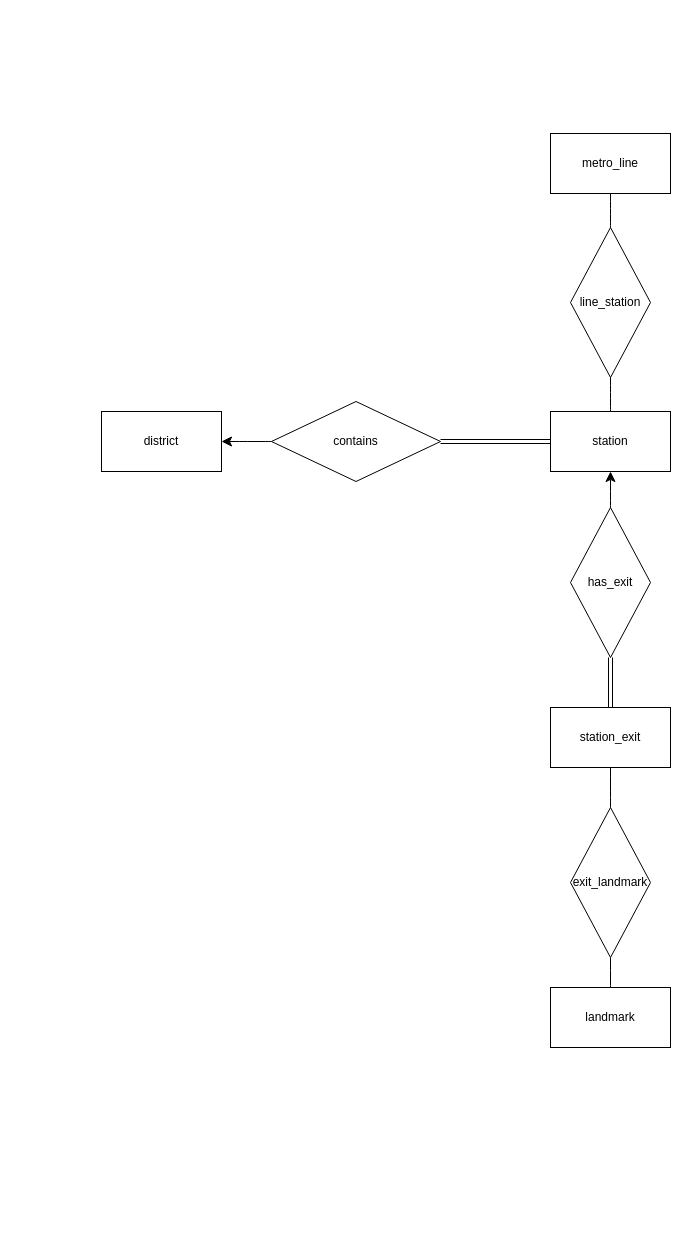
The draw.io diagram Task1/source/Metro_ER_Diagram.drawio in Hohenzollernguo/DB_project_Repo, before the edit. Source tidied: cells renumbered, new cells numbered last; positions are measured from the earlier drawing's top-left corner, leaving out a move shared by most shapes. Both pictures are drawn from the tidied source at 100%, with x=0, y=0 at pixel (101, 133).
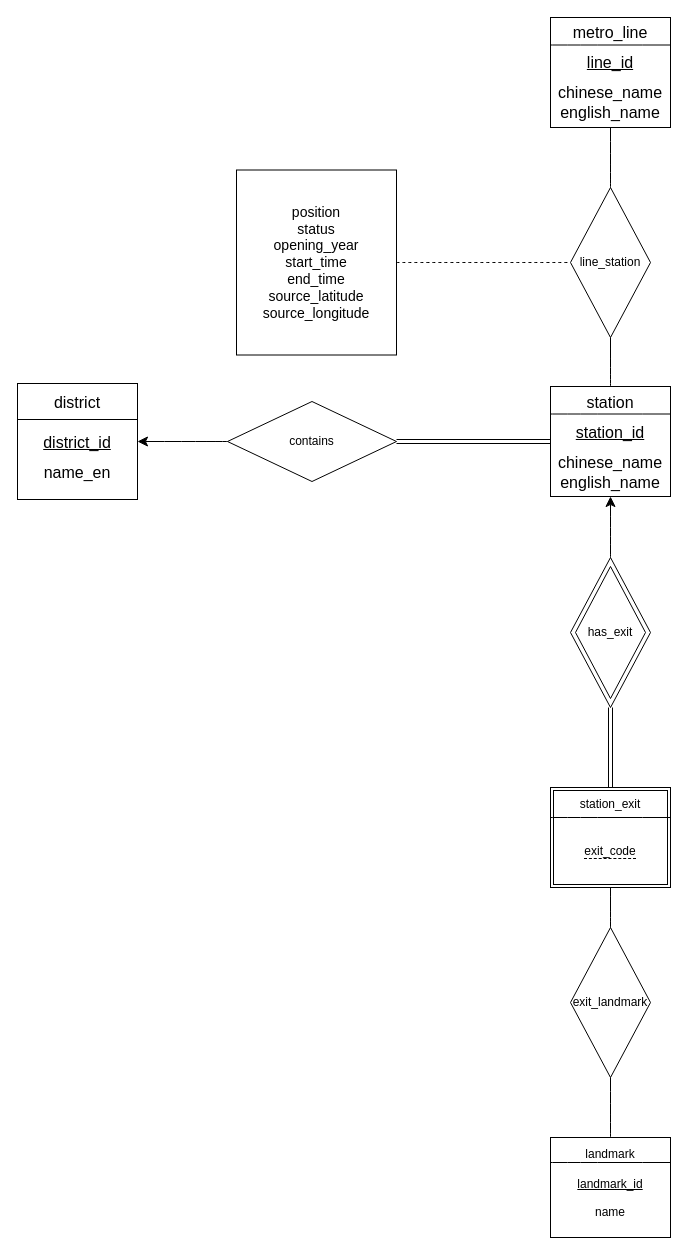
After the change.

What changed in the source:
```diff
@@
-    <mxCell id="2" value="district" style="rounded=0;whiteSpace=wrap;html=1;" parent="1" vertex="1">
-      <mxGeometry y="278" width="120" height="60" as="geometry" />
+    <mxCell id="2" style="shape=internalStorage;whiteSpace=wrap;html=1;backgroundOutline=1;rounded=0;dx=0;dy=36;" parent="1" vertex="1">
+      <mxGeometry x="-84" y="250" width="120" height="116" as="geometry" />
     </mxCell>
-    <mxCell id="3" value="station_exit" style="rounded=0;whiteSpace=wrap;html=1;" parent="1" vertex="1">
-      <mxGeometry x="449" y="574" width="120" height="60" as="geometry" />
+    <mxCell id="3" style="rounded=0;whiteSpace=wrap;html=1;fontStyle=4;" parent="1" vertex="1">
+      <mxGeometry x="449" y="654" width="120" height="100" as="geometry" />
     </mxCell>
+    <mxCell id="19" style="rounded=0;fillColor=none;strokeWidth=1;" parent="3" vertex="1">
+      <mxGeometry x="3" y="3" width="114" height="94" as="geometry" />
+    </mxCell>
-    <mxCell id="4" value="landmark" style="rounded=0;whiteSpace=wrap;html=1;" parent="1" vertex="1">
-      <mxGeometry x="449" y="854" width="120" height="60" as="geometry" />
+    <mxCell id="4" style="rounded=0;whiteSpace=wrap;html=1;" parent="1" vertex="1">
+      <mxGeometry x="449" y="1004" width="120" height="100" as="geometry" />
     </mxCell>
-    <mxCell id="5" value="station" style="rounded=0;whiteSpace=wrap;html=1;" parent="1" vertex="1">
-      <mxGeometry x="449" y="278" width="120" height="60" as="geometry" />
+    <mxCell id="5" style="rounded=0;whiteSpace=wrap;html=1;fontStyle=0;" parent="1" vertex="1">
+      <mxGeometry x="449" y="253" width="120" height="110" as="geometry" />
     </mxCell>
-    <mxCell id="6" value="metro_line" style="rounded=0;whiteSpace=wrap;html=1;" parent="1" vertex="1">
-      <mxGeometry x="449" width="120" height="60" as="geometry" />
+    <mxCell id="6" style="rounded=0;whiteSpace=wrap;html=1;" parent="1" vertex="1">
+      <mxGeometry x="449" y="-116" width="120" height="110" as="geometry" />
     </mxCell>
     <mxCell id="7" value="contains" style="rhombus;whiteSpace=wrap;html=1;shapeInside=1;" parent="1" vertex="1">
-      <mxGeometry x="170" y="268" width="169" height="80" as="geometry" />
+      <mxGeometry x="126" y="268" width="169" height="80" as="geometry" />
     </mxCell>
@@
     <mxCell id="10" value="line_station" style="rhombus;whiteSpace=wrap;html=1;shapeInside=1;" parent="1" vertex="1">
-      <mxGeometry x="469" y="94" width="80" height="150" as="geometry" />
+      <mxGeometry x="469" y="54" width="80" height="150" as="geometry" />
     </mxCell>
@@
     <mxCell id="13" value="has_exit" style="rhombus;whiteSpace=wrap;html=1;shapeInside=1;" parent="1" vertex="1">
-      <mxGeometry x="469" y="374" width="80" height="150" as="geometry" />
+      <mxGeometry x="469" y="424" width="80" height="150" as="geometry" />
     </mxCell>
+    <mxCell id="20" style="rhombus;fillColor=none;strokeWidth=1;" parent="13" vertex="1">
+      <mxGeometry x="5" y="9" width="70" height="132" as="geometry" />
+    </mxCell>
@@
     <mxCell id="16" value="exit_landmark" style="rhombus;whiteSpace=wrap;html=1;shapeInside=1;" parent="1" vertex="1">
-      <mxGeometry x="469" y="674" width="80" height="150" as="geometry" />
+      <mxGeometry x="469" y="794" width="80" height="150" as="geometry" />
     </mxCell>
@@
+    <mxCell id="21" value="district" style="text;html=1;whiteSpace=wrap;strokeColor=none;fillColor=none;align=center;verticalAlign=middle;rounded=0;fontSize=16;" parent="1" vertex="1">
+      <mxGeometry x="-54" y="254" width="60" height="30" as="geometry" />
+    </mxCell>
+    <mxCell id="22" value="district_id&lt;div&gt;&lt;br&gt;&lt;/div&gt;" style="text;html=1;whiteSpace=wrap;strokeColor=none;fillColor=none;align=center;verticalAlign=middle;rounded=0;fontSize=16;fontStyle=4;" parent="1" vertex="1">
+      <mxGeometry x="-54" y="304" width="60" height="30" as="geometry" />
+    </mxCell>
+    <mxCell id="23" value="&lt;span style=&quot;&quot;&gt;name_en&lt;/span&gt;" style="text;html=1;whiteSpace=wrap;strokeColor=none;fillColor=none;align=center;verticalAlign=middle;rounded=0;fontSize=16;fontStyle=0;" parent="1" vertex="1">
+      <mxGeometry x="-54" y="324" width="60" height="30" as="geometry" />
+    </mxCell>
+    <mxCell id="24" style="endArrow=none;html=1;rounded=0;fontSize=12;defaultLabelBackgroundColor=page;startSize=8;endSize=8;curved=1;entryX=1;entryY=0.25;entryDx=0;entryDy=0;exitX=0;exitY=0.25;exitDx=0;exitDy=0;" parent="1" edge="1" source="5" target="5">
+      <mxGeometry relative="1" as="geometry" />
+    </mxCell>
+    <mxCell id="25" value="station" style="text;html=1;whiteSpace=wrap;strokeColor=none;fillColor=none;align=center;verticalAlign=middle;rounded=0;fontSize=16;" parent="1" vertex="1">
+      <mxGeometry x="479" y="254" width="60" height="30" as="geometry" />
+    </mxCell>
+    <mxCell id="26" value="station_id" style="text;html=1;whiteSpace=wrap;strokeColor=none;fillColor=none;align=center;verticalAlign=middle;rounded=0;fontSize=16;fontStyle=4;" parent="1" vertex="1">
+      <mxGeometry x="479" y="284" width="60" height="30" as="geometry" />
+    </mxCell>
+    <mxCell id="27" value="chinese_name&lt;div&gt;english_name&lt;/div&gt;" style="text;html=1;whiteSpace=wrap;strokeColor=none;fillColor=none;align=center;verticalAlign=middle;rounded=0;fontSize=16;" parent="1" vertex="1">
+      <mxGeometry x="479" y="324" width="60" height="30" as="geometry" />
+    </mxCell>
+    <mxCell id="28" style="endArrow=none;html=1;rounded=0;fontSize=12;defaultLabelBackgroundColor=page;startSize=8;endSize=8;curved=1;entryX=1;entryY=0.25;entryDx=0;entryDy=0;exitX=0;exitY=0.25;exitDx=0;exitDy=0;" parent="1" edge="1" source="6" target="6">
+      <mxGeometry relative="1" as="geometry" />
+    </mxCell>
+    <mxCell id="29" value="metro_line" style="text;html=1;whiteSpace=wrap;strokeColor=none;fillColor=none;align=center;verticalAlign=middle;rounded=0;fontSize=16;" parent="1" vertex="1">
+      <mxGeometry x="479" y="-116" width="60" height="30" as="geometry" />
+    </mxCell>
+    <mxCell id="30" value="line_id" style="text;html=1;whiteSpace=wrap;strokeColor=none;fillColor=none;align=center;verticalAlign=middle;rounded=0;fontSize=16;fontStyle=4;" parent="1" vertex="1">
+      <mxGeometry x="479" y="-86" width="60" height="30" as="geometry" />
+    </mxCell>
+    <mxCell id="31" value="chinese_name&lt;div&gt;english_name&lt;/div&gt;" style="text;html=1;whiteSpace=wrap;strokeColor=none;fillColor=none;align=center;verticalAlign=middle;rounded=0;fontSize=16;" parent="1" vertex="1">
+      <mxGeometry x="479" y="-46" width="60" height="30" as="geometry" />
+    </mxCell>
+    <mxCell id="32" style="endArrow=none;html=1;rounded=0;fontSize=12;defaultLabelBackgroundColor=page;startSize=8;endSize=8;curved=1;entryX=1;entryY=0.25;entryDx=0;entryDy=0;exitX=0;exitY=0.25;exitDx=0;exitDy=0;" parent="1" edge="1">
+      <mxGeometry relative="1" as="geometry">
+        <mxPoint x="449" y="684" as="sourcePoint" />
+        <mxPoint x="569" y="684" as="targetPoint" />
+      </mxGeometry>
+    </mxCell>
+    <mxCell id="33" value="&lt;span style=&quot;font-size: 12px;&quot;&gt;station_exit&lt;/span&gt;" style="text;html=1;whiteSpace=wrap;strokeColor=none;fillColor=none;align=center;verticalAlign=middle;rounded=0;fontSize=16;" parent="1" vertex="1">
+      <mxGeometry x="479" y="654" width="60" height="30" as="geometry" />
+    </mxCell>
+    <mxCell id="34" value="&lt;span style=&quot;font-size: 12px; border-bottom: 1px dashed currentColor;&quot;&gt;exit_code&lt;/span&gt;" style="text;html=1;whiteSpace=wrap;strokeColor=none;fillColor=none;align=center;verticalAlign=middle;rounded=0;fontSize=16;" parent="1" vertex="1">
+      <mxGeometry x="479" y="701" width="60" height="30" as="geometry" />
+    </mxCell>
+    <mxCell id="35" style="endArrow=none;html=1;rounded=0;fontSize=12;defaultLabelBackgroundColor=page;startSize=8;endSize=8;curved=1;entryX=1;entryY=0.25;entryDx=0;entryDy=0;exitX=0;exitY=0.25;exitDx=0;exitDy=0;" parent="1" edge="1" source="4" target="4">
+      <mxGeometry relative="1" as="geometry" />
+    </mxCell>
+    <mxCell id="36" value="&lt;span style=&quot;font-size: 12px; caret-color: rgba(0, 0, 0, 0);&quot;&gt;landmark&lt;/span&gt;" style="text;html=1;whiteSpace=wrap;strokeColor=none;fillColor=none;align=center;verticalAlign=middle;rounded=0;fontSize=16;" parent="1" vertex="1">
+      <mxGeometry x="479" y="1004" width="60" height="30" as="geometry" />
+    </mxCell>
+    <mxCell id="37" value="&lt;span style=&quot;font-size: 12px; text-align: left; text-decoration: underline;&quot;&gt;landmark_id&lt;/span&gt;" style="text;html=1;whiteSpace=wrap;strokeColor=none;fillColor=none;align=center;verticalAlign=middle;rounded=0;fontSize=16;" parent="1" vertex="1">
+      <mxGeometry x="479" y="1034" width="60" height="30" as="geometry" />
+    </mxCell>
+    <mxCell id="38" value="name" style="text;html=1;whiteSpace=wrap;strokeColor=none;fillColor=none;align=center;verticalAlign=middle;rounded=0;fontSize=12;" parent="1" vertex="1">
+      <mxGeometry x="479" y="1064" width="60" height="30" as="geometry" />
+    </mxCell>
+    <mxCell id="39" value="position&lt;div&gt;status&lt;/div&gt;&lt;div&gt;opening_year&lt;/div&gt;&lt;div&gt;start_time&lt;/div&gt;&lt;div&gt;end_time&lt;/div&gt;&lt;div&gt;source_latitude&lt;/div&gt;&lt;div&gt;source_longitude&lt;/div&gt;" style="rounded=0;whiteSpace=wrap;html=1;fontSize=14;" parent="1" vertex="1">
+      <mxGeometry x="135" y="36.5" width="160" height="185" as="geometry" />
+    </mxCell>
+    <mxCell id="40" style="endArrow=none;dashed=1;html=1;rounded=0;fontSize=12;defaultLabelBackgroundColor=page;startSize=8;endSize=8;curved=1;entryX=0;entryY=0.5;entryDx=0;entryDy=0;" parent="1" edge="1" source="39" target="10">
+      <mxGeometry relative="1" as="geometry" />
+    </mxCell>
```
